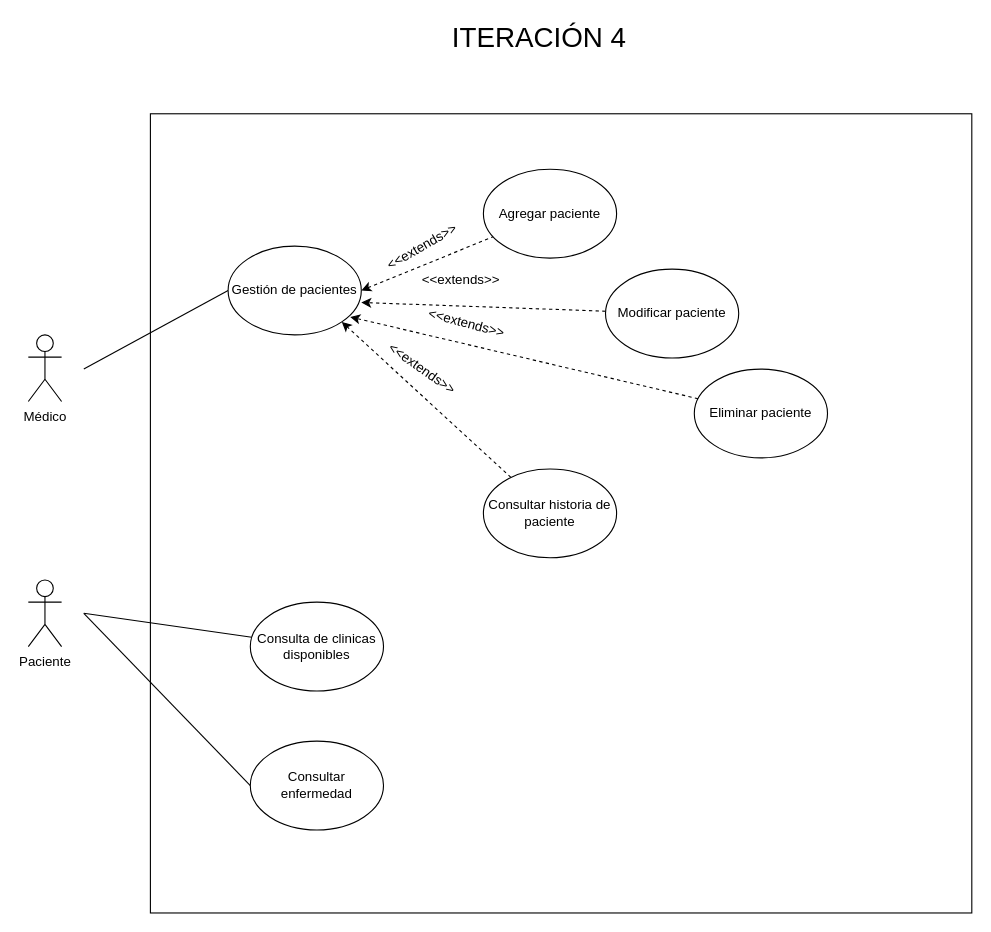
NeutronBlast/IS-Ex keeps this draw.io diagram as MET/CU-IT4.drawio. Above is the earlier version. Source tidied: cells renumbered, new cells numbered last; positions are measured from the earlier drawing's top-left corner, leaving out a move shared by most shapes. Both pictures are drawn from the tidied source at 111%, with x=0, y=0 at pixel (28, 24).
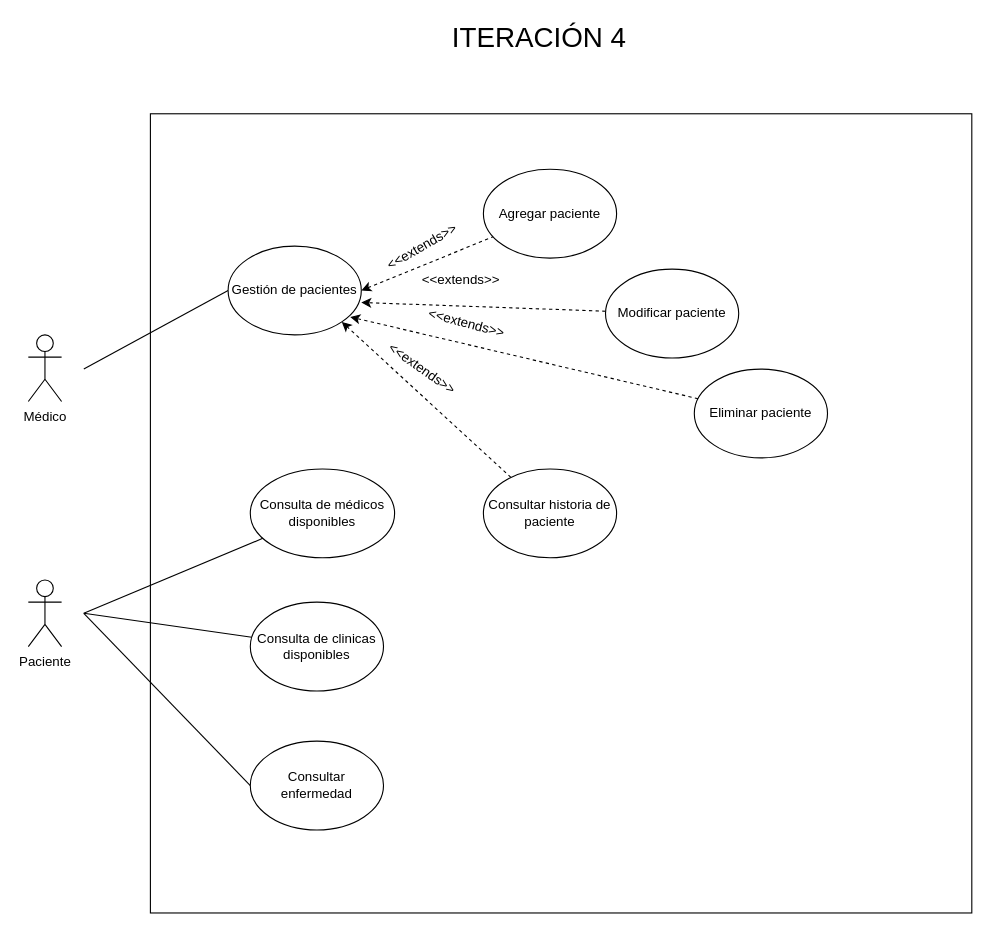
The same page after the edit.

Commit message (it also covers changes not shown here):
2 items mass

Diff of the diagram source:
```diff
@@
+    <mxCell id="24" value="Consulta de médicos disponibles" style="ellipse;whiteSpace=wrap;html=1;" parent="1" vertex="1">
+      <mxGeometry x="200" y="400" width="130" height="80" as="geometry" />
+    </mxCell>
+    <mxCell id="25" style="edgeStyle=none;rounded=0;jettySize=auto;html=1;startArrow=none;startFill=0;endArrow=none;endFill=0;" parent="1" edge="1" source="24">
+      <mxGeometry relative="1" as="geometry">
+        <mxPoint x="50" y="530" as="targetPoint" />
+      </mxGeometry>
+    </mxCell>
```
